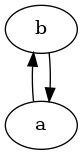
Earlier version of the Graphviz export lib/graphs/attack_graph.png (idaks/Games-and-Argumentation). Its source is kept beside it as lib/graphs/attack_graph.dot.
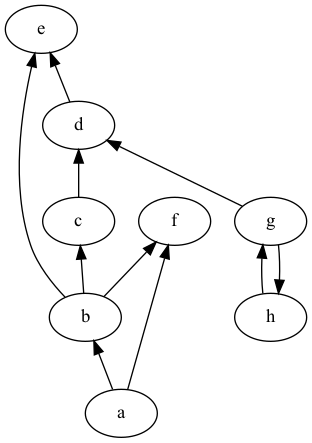
After the change.

Diff of the diagram source:
```diff
@@ -1,4 +1,12 @@
 digraph G {
     "b" -> "a" [dir=back];
-    "a" -> "b" [dir=back];
+    "f" -> "a" [dir=back];
+    "f" -> "b" [dir=back];
+    "c" -> "b" [dir=back];
+    "e" -> "b" [dir=back];
+    "d" -> "c" [dir=back];
+    "e" -> "d" [dir=back];
+    "d" -> "g" [dir=back];
+    "g" -> "h" [dir=back];
+    "h" -> "g" [dir=back];
 }
```
